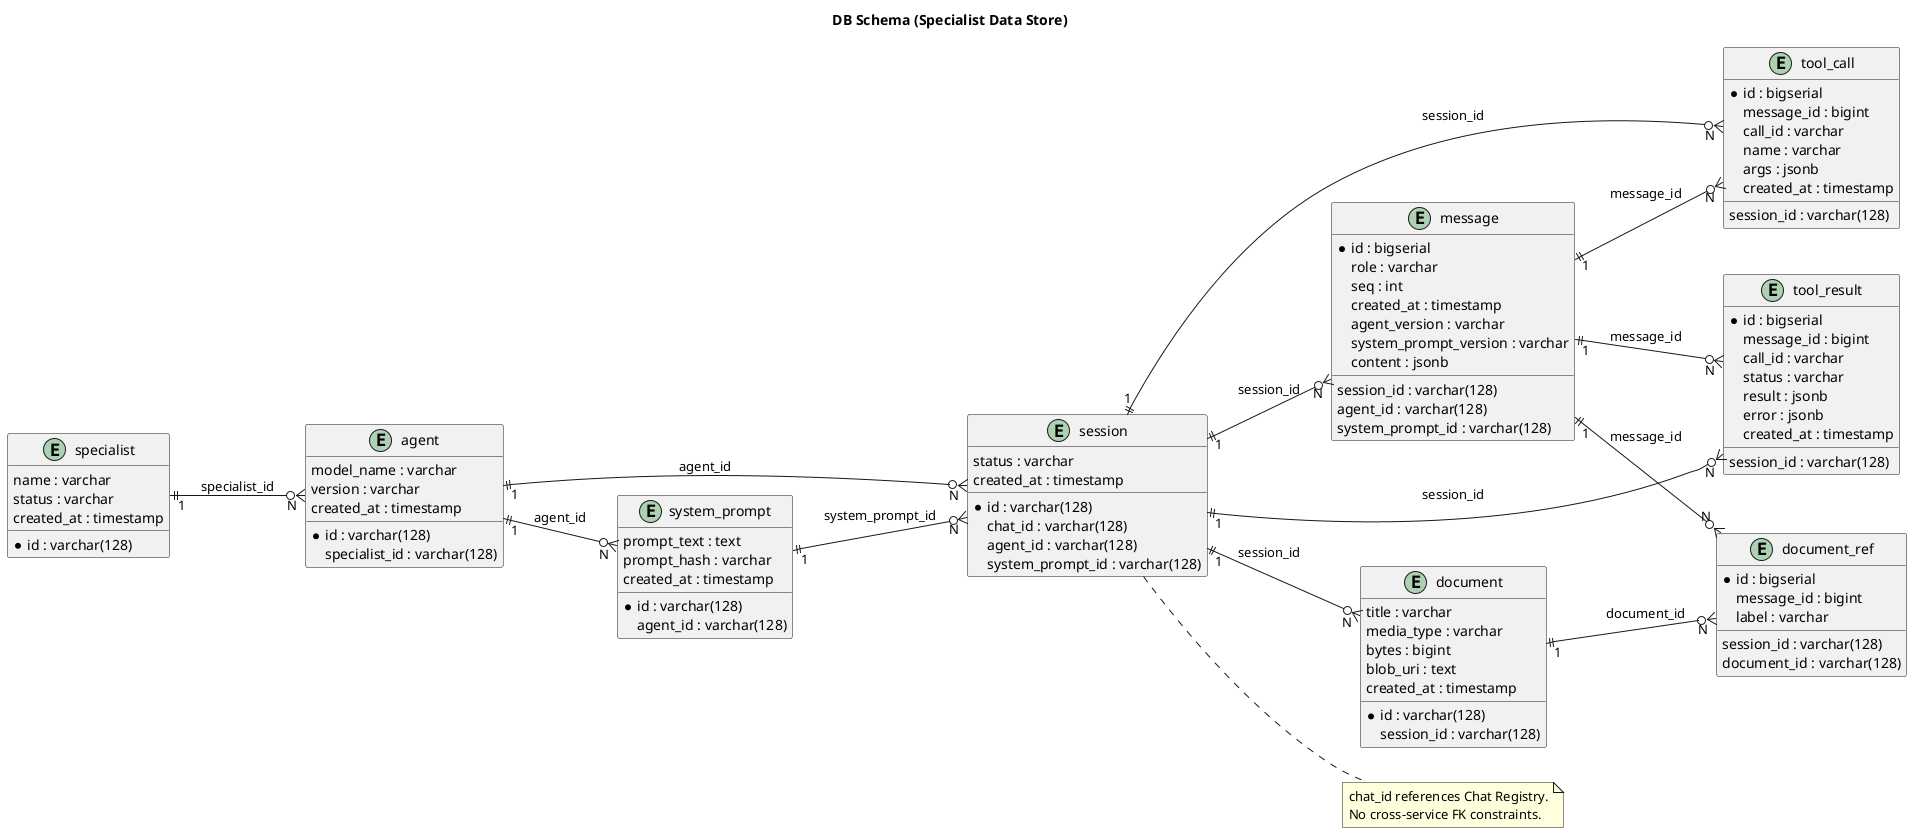
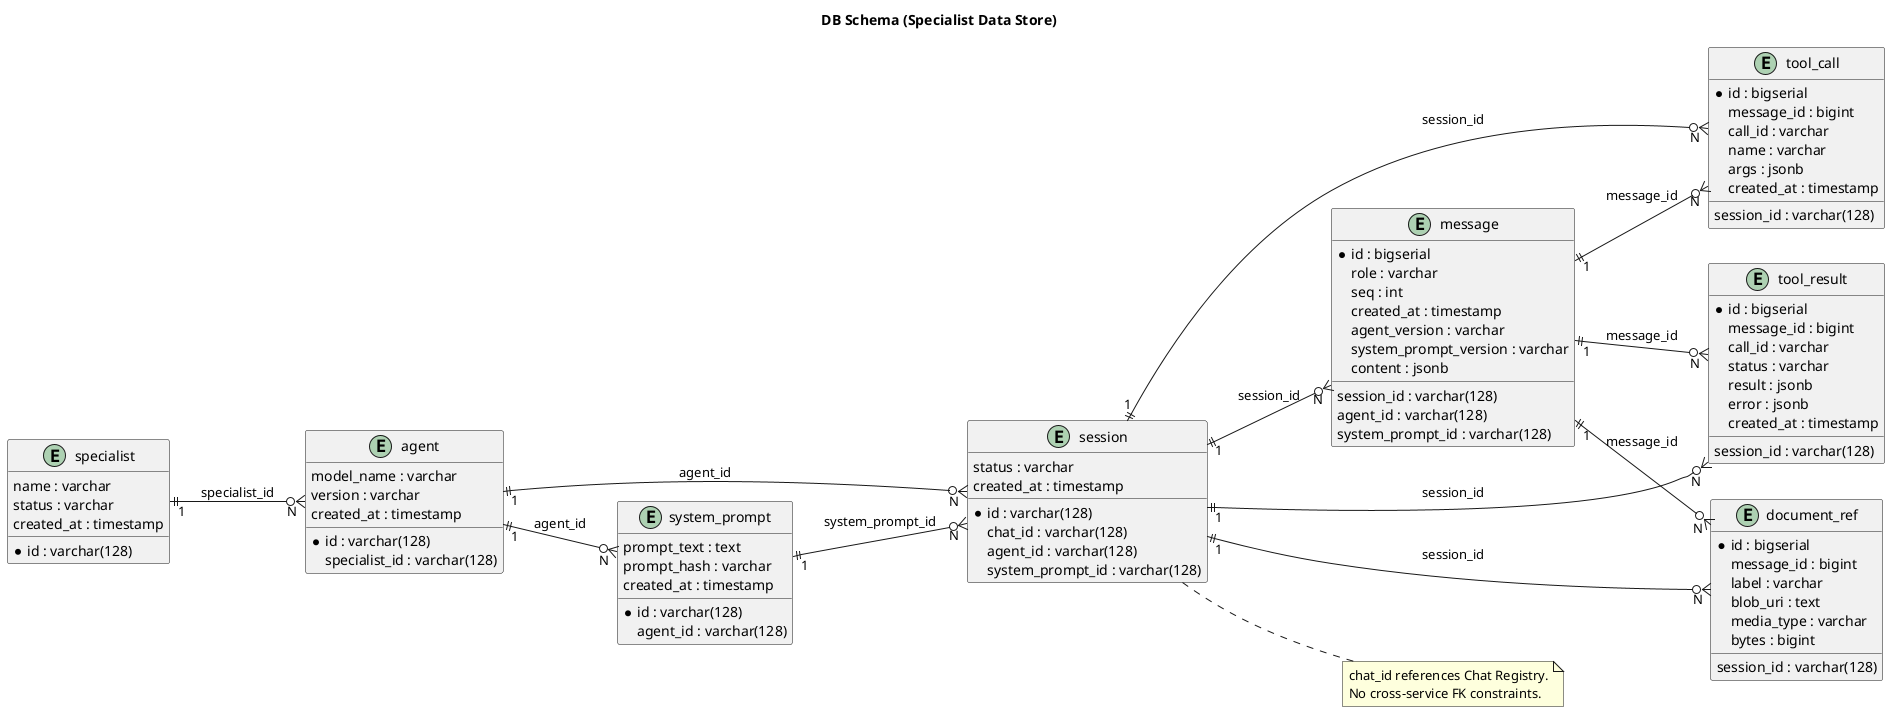
@startuml
title DB Schema (Specialist Data Store)
left to right direction
hide stereotypes

entity "specialist" as specialist {
  *id : varchar(128)
  name : varchar
  status : varchar
  created_at : timestamp
}

entity "agent" as agent {
  *id : varchar(128)
  specialist_id : varchar(128)
  model_name : varchar
  version : varchar
  created_at : timestamp
}

entity "system_prompt" as system_prompt {
  *id : varchar(128)
  agent_id : varchar(128)
  prompt_text : text
  prompt_hash : varchar
  created_at : timestamp
}

entity "session" as session {
  *id : varchar(128)
  chat_id : varchar(128)
  agent_id : varchar(128)
  system_prompt_id : varchar(128)
  status : varchar
  created_at : timestamp
}

entity "message" as message {
  *id : bigserial
  session_id : varchar(128)
  role : varchar
  seq : int
  created_at : timestamp
  agent_id : varchar(128)
  agent_version : varchar
  system_prompt_id : varchar(128)
  system_prompt_version : varchar
  content : jsonb
}

entity "tool_call" as tool_call {
  *id : bigserial
  session_id : varchar(128)
  message_id : bigint
  call_id : varchar
  name : varchar
  args : jsonb
  created_at : timestamp
}

entity "tool_result" as tool_result {
  *id : bigserial
  session_id : varchar(128)
  message_id : bigint
  call_id : varchar
  status : varchar
  result : jsonb
  error : jsonb
  created_at : timestamp
}

- entity "document" as document {
-   *id : varchar(128)
-   session_id : varchar(128)
-   title : varchar
-   media_type : varchar
-   bytes : bigint
-   blob_uri : text
-   created_at : timestamp
- }
- 
entity "document_ref" as document_ref {
  *id : bigserial
  session_id : varchar(128)
  message_id : bigint
-   document_id : varchar(128)
  label : varchar
+   blob_uri : text
+   media_type : varchar
+   bytes : bigint
}

specialist "1" ||--o{ "N" agent : specialist_id
agent "1" ||--o{ "N" system_prompt : agent_id
agent "1" ||--o{ "N" session : agent_id
system_prompt "1" ||--o{ "N" session : system_prompt_id

session "1" ||--o{ "N" message : session_id
session "1" ||--o{ "N" tool_call : session_id
session "1" ||--o{ "N" tool_result : session_id
message "1" ||--o{ "N" tool_call : message_id
message "1" ||--o{ "N" tool_result : message_id

- session "1" ||--o{ "N" document : session_id
- document "1" ||--o{ "N" document_ref : document_id
+ session "1" ||--o{ "N" document_ref : session_id
message "1" ||--o{ "N" document_ref : message_id

note right of session
  chat_id references Chat Registry.
  No cross-service FK constraints.
end note

@enduml
